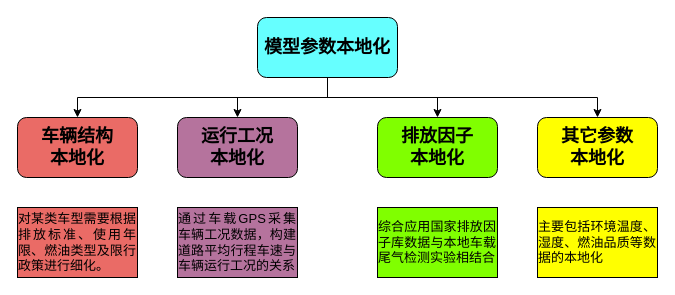
WienWong/Misc keeps this draw.io diagram as 模型参数本地化.drawio. Above is the earlier version. Source tidied: cells renumbered, new cells numbered last; positions are measured from the earlier drawing's top-left corner, leaving out a move shared by most shapes. Both pictures are drawn from the tidied source at 100%, with x=0, y=0 at pixel (17, 17).
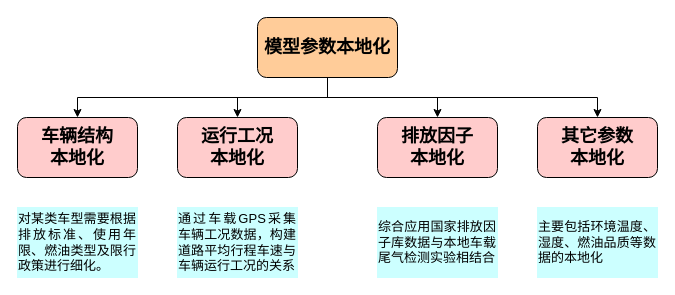
The same diagram, later.

Commit message:
Update 模型参数本地化.drawio

Change to the diagram source:
```diff
@@
 <mxGraphModel>
   <root>
     <mxCell id="0" />
     <mxCell id="1" parent="0" />
     <mxCell id="2" style="edgeStyle=orthogonalEdgeStyle;rounded=0;jettySize=auto;html=1;exitX=0.5;exitY=1;exitDx=0;exitDy=0;entryX=0.5;entryY=0;entryDx=0;entryDy=0;" parent="1" edge="1" source="6" target="7">
       <mxGeometry relative="1" as="geometry" />
     </mxCell>
     <mxCell id="3" style="edgeStyle=orthogonalEdgeStyle;rounded=0;jettySize=auto;html=1;exitX=0.5;exitY=1;exitDx=0;exitDy=0;entryX=0.5;entryY=0;entryDx=0;entryDy=0;" parent="1" edge="1" source="6" target="10">
       <mxGeometry relative="1" as="geometry" />
     </mxCell>
     <mxCell id="4" style="edgeStyle=orthogonalEdgeStyle;rounded=0;jettySize=auto;html=1;exitX=0.5;exitY=1;exitDx=0;exitDy=0;entryX=0.5;entryY=0;entryDx=0;entryDy=0;" parent="1" edge="1" source="6" target="9">
       <mxGeometry relative="1" as="geometry" />
     </mxCell>
     <mxCell id="5" style="edgeStyle=orthogonalEdgeStyle;rounded=0;jettySize=auto;html=1;exitX=0.5;exitY=1;exitDx=0;exitDy=0;entryX=0.5;entryY=0;entryDx=0;entryDy=0;" parent="1" edge="1" source="6" target="8">
       <mxGeometry relative="1" as="geometry" />
     </mxCell>
-    <mxCell id="6" value="&lt;b&gt;&lt;font style=&quot;font-size: 18px&quot;&gt;模型参数本地化&lt;/font&gt;&lt;/b&gt;" style="rounded=1;whiteSpace=wrap;html=1;fillColor=#66FFFF;" parent="1" vertex="1">
+    <mxCell id="6" value="&lt;b&gt;&lt;font style=&quot;font-size: 18px&quot;&gt;模型参数本地化&lt;/font&gt;&lt;/b&gt;" style="rounded=1;whiteSpace=wrap;html=1;fillColor=#FFCC99;" parent="1" vertex="1">
       <mxGeometry x="240" width="140" height="60" as="geometry" />
     </mxCell>
-    <mxCell id="7" value="&lt;font style=&quot;font-size: 18px&quot;&gt;&lt;b&gt;车辆结构&lt;br&gt;本地化&lt;/b&gt;&lt;/font&gt;" style="rounded=1;whiteSpace=wrap;html=1;fillColor=#EA6B66;" parent="1" vertex="1">
+    <mxCell id="7" value="&lt;font style=&quot;font-size: 18px&quot;&gt;&lt;b&gt;车辆结构&lt;br&gt;本地化&lt;/b&gt;&lt;/font&gt;" style="rounded=1;whiteSpace=wrap;html=1;fillColor=#FFCCCC;" parent="1" vertex="1">
       <mxGeometry y="100" width="120" height="60" as="geometry" />
     </mxCell>
-    <mxCell id="8" value="&lt;font style=&quot;font-size: 18px&quot;&gt;&lt;b&gt;运行工况&lt;br&gt;本地化&lt;/b&gt;&lt;/font&gt;" style="rounded=1;whiteSpace=wrap;html=1;fillColor=#B5739D;" parent="1" vertex="1">
+    <mxCell id="8" value="&lt;font style=&quot;font-size: 18px&quot;&gt;&lt;b&gt;运行工况&lt;br&gt;本地化&lt;/b&gt;&lt;/font&gt;" style="rounded=1;whiteSpace=wrap;html=1;fillColor=#FFCCCC;" parent="1" vertex="1">
       <mxGeometry x="160" y="100" width="120" height="60" as="geometry" />
     </mxCell>
-    <mxCell id="9" value="&lt;font style=&quot;font-size: 18px&quot;&gt;&lt;b&gt;排放因子&lt;br&gt;本地化&lt;/b&gt;&lt;/font&gt;" style="rounded=1;whiteSpace=wrap;html=1;fillColor=#80FF00;" parent="1" vertex="1">
+    <mxCell id="9" value="&lt;font style=&quot;font-size: 18px&quot;&gt;&lt;b&gt;排放因子&lt;br&gt;本地化&lt;/b&gt;&lt;/font&gt;" style="rounded=1;whiteSpace=wrap;html=1;fillColor=#FFCCCC;" parent="1" vertex="1">
       <mxGeometry x="360" y="100" width="120" height="60" as="geometry" />
     </mxCell>
-    <mxCell id="10" value="&lt;font style=&quot;font-size: 18px&quot;&gt;&lt;b&gt;其它参数&lt;br&gt;本地化&lt;/b&gt;&lt;/font&gt;" style="rounded=1;whiteSpace=wrap;html=1;fillColor=#FFFF00;" parent="1" vertex="1">
+    <mxCell id="10" value="&lt;font style=&quot;font-size: 18px&quot;&gt;&lt;b&gt;其它参数&lt;br&gt;本地化&lt;/b&gt;&lt;/font&gt;" style="rounded=1;whiteSpace=wrap;html=1;fillColor=#FFCCCC;" parent="1" vertex="1">
       <mxGeometry x="520" y="100" width="120" height="60" as="geometry" />
     </mxCell>
-    <mxCell id="11" value="&lt;div style=&quot;text-align: justify&quot;&gt;&lt;span&gt;&lt;font style=&quot;font-size: 13px&quot;&gt;主要包括环境温度、湿度、燃油品质等数据的本地化&lt;/font&gt;&lt;/span&gt;&lt;/div&gt;" style="rounded=0;whiteSpace=wrap;html=1;fillColor=#FFFF00;" parent="1" vertex="1">
+    <mxCell id="11" value="&lt;div style=&quot;text-align: justify&quot;&gt;&lt;span&gt;&lt;font style=&quot;font-size: 13px&quot;&gt;主要包括环境温度、湿度、燃油品质等数据的本地化&lt;/font&gt;&lt;/span&gt;&lt;/div&gt;" style="rounded=0;whiteSpace=wrap;html=1;fillColor=#CCFFFF;strokeColor=#CCFFFF;" parent="1" vertex="1">
       <mxGeometry x="520" y="190" width="120" height="70" as="geometry" />
     </mxCell>
-    <mxCell id="12" value="&lt;div style=&quot;text-align: justify&quot;&gt;&lt;span&gt;&lt;font style=&quot;font-size: 13px&quot;&gt;综合应用国家排放因子库数据与本地车载尾气检测实验相结合&lt;/font&gt;&lt;/span&gt;&lt;/div&gt;" style="rounded=0;whiteSpace=wrap;html=1;fillColor=#80FF00;" parent="1" vertex="1">
+    <mxCell id="12" value="&lt;div style=&quot;text-align: justify&quot;&gt;&lt;span&gt;&lt;font style=&quot;font-size: 13px&quot;&gt;综合应用国家排放因子库数据与本地车载尾气检测实验相结合&lt;/font&gt;&lt;/span&gt;&lt;/div&gt;" style="rounded=0;whiteSpace=wrap;html=1;fillColor=#CCFFFF;strokeColor=#CCFFFF;" parent="1" vertex="1">
       <mxGeometry x="360" y="190" width="120" height="70" as="geometry" />
     </mxCell>
-    <mxCell id="13" value="&lt;div style=&quot;text-align: justify&quot;&gt;&lt;span&gt;&lt;font style=&quot;font-size: 13px&quot;&gt;通过车载GPS采集车辆工况数据，构建道路平均行程车速与车辆运行工况的关系&lt;/font&gt;&lt;/span&gt;&lt;/div&gt;" style="rounded=0;whiteSpace=wrap;html=1;fillColor=#B5739D;" parent="1" vertex="1">
+    <mxCell id="13" value="&lt;div style=&quot;text-align: justify&quot;&gt;&lt;span&gt;&lt;font style=&quot;font-size: 13px&quot;&gt;通过车载GPS采集车辆工况数据，构建道路平均行程车速与车辆运行工况的关系&lt;/font&gt;&lt;/span&gt;&lt;/div&gt;" style="rounded=0;whiteSpace=wrap;html=1;fillColor=#CCFFFF;strokeColor=#CCFFFF;" parent="1" vertex="1">
       <mxGeometry x="160" y="190" width="120" height="70" as="geometry" />
     </mxCell>
-    <mxCell id="14" value="&lt;div style=&quot;text-align: justify&quot;&gt;&lt;span&gt;对某类车型需要根据排放标准、使用年限、燃油类型及限行政策进行细化。&lt;/span&gt;&lt;/div&gt;" style="rounded=0;whiteSpace=wrap;html=1;fillColor=#EA6B66;fontSize=13;" parent="1" vertex="1">
+    <mxCell id="14" value="&lt;div style=&quot;text-align: justify&quot;&gt;&lt;span&gt;对某类车型需要根据排放标准、使用年限、燃油类型及限行政策进行细化。&lt;/span&gt;&lt;/div&gt;" style="rounded=0;whiteSpace=wrap;html=1;fontSize=13;fillColor=#CCFFFF;strokeColor=#CCFFFF;" parent="1" vertex="1">
       <mxGeometry y="190" width="120" height="70" as="geometry" />
     </mxCell>
   </root>
 </mxGraphModel>
```
